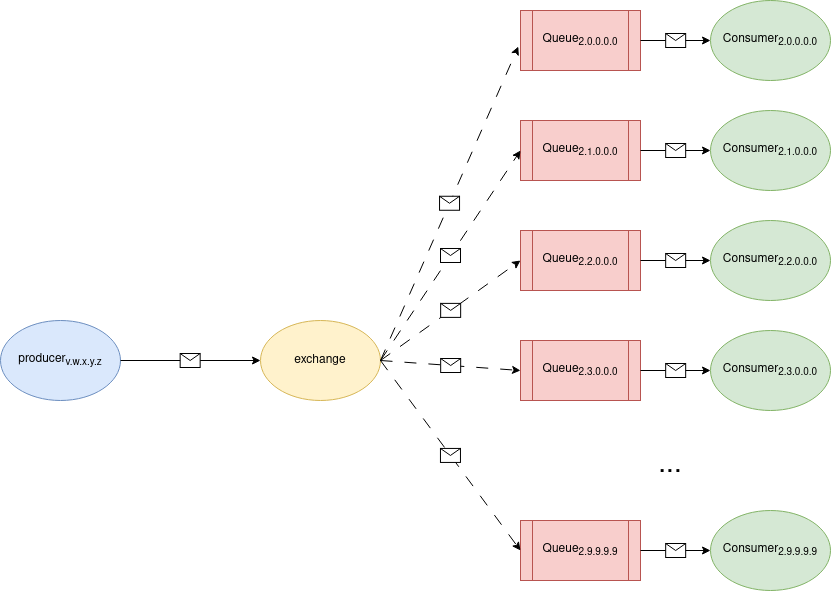
This is resources/topic_diagram.png from danyk20/CMS_DAQ_simulation, a draw.io export, as it was before one commit. Source tidied: cells renumbered, new cells last; positions are measured from the earlier drawing's top-left corner, leaving out a move shared by most shapes. Its diagram source:
```xml
<mxGraphModel>
  <root>
    <mxCell id="0" />
    <mxCell id="1" parent="0" />
    <mxCell id="2" value="producer&lt;sub&gt;v.w.x.y.z&lt;/sub&gt;" style="ellipse;whiteSpace=wrap;html=1;fillColor=#dae8fc;strokeColor=#6c8ebf;" parent="1" vertex="1">
      <mxGeometry y="320" width="120" height="80" as="geometry" />
    </mxCell>
    <mxCell id="3" value="exchange" style="ellipse;whiteSpace=wrap;html=1;fillColor=#fff2cc;strokeColor=#d6b656;" parent="1" vertex="1">
      <mxGeometry x="260" y="320" width="120" height="80" as="geometry" />
    </mxCell>
    <mxCell id="4" value="Consumer&lt;sub&gt;2.0.0.0.0&lt;/sub&gt;" style="ellipse;whiteSpace=wrap;html=1;fillColor=#d5e8d4;strokeColor=#82b366;" parent="1" vertex="1">
      <mxGeometry x="710" width="120" height="80" as="geometry" />
    </mxCell>
    <mxCell id="5" value="Consumer&lt;sub&gt;2.1.0.0.0&lt;/sub&gt;" style="ellipse;whiteSpace=wrap;html=1;fillColor=#d5e8d4;strokeColor=#82b366;" parent="1" vertex="1">
      <mxGeometry x="710" y="110" width="120" height="80" as="geometry" />
    </mxCell>
    <mxCell id="6" value="Consumer&lt;sub&gt;2.2.0.0.0&lt;/sub&gt;" style="ellipse;whiteSpace=wrap;html=1;fillColor=#d5e8d4;strokeColor=#82b366;" parent="1" vertex="1">
      <mxGeometry x="710" y="220" width="120" height="80" as="geometry" />
    </mxCell>
    <mxCell id="7" value="Consumer&lt;sub&gt;2.3.0.0.0&lt;/sub&gt;" style="ellipse;whiteSpace=wrap;html=1;fillColor=#d5e8d4;strokeColor=#82b366;" parent="1" vertex="1">
      <mxGeometry x="710" y="330" width="120" height="80" as="geometry" />
    </mxCell>
    <mxCell id="8" value="Consumer&lt;sub&gt;2.9.9.9.9&lt;/sub&gt;" style="ellipse;whiteSpace=wrap;html=1;fillColor=#d5e8d4;strokeColor=#82b366;" parent="1" vertex="1">
      <mxGeometry x="710" y="510" width="120" height="80" as="geometry" />
    </mxCell>
    <mxCell id="9" value="Queue&lt;sub&gt;2.0.0.0.0&lt;/sub&gt;" style="shape=process;whiteSpace=wrap;html=1;backgroundOutline=1;fillColor=#f8cecc;strokeColor=#b85450;" parent="1" vertex="1">
      <mxGeometry x="520" y="10" width="120" height="60" as="geometry" />
    </mxCell>
    <mxCell id="10" value="Queue&lt;sub&gt;2.1.0.0.0&lt;/sub&gt;" style="shape=process;whiteSpace=wrap;html=1;backgroundOutline=1;fillColor=#f8cecc;strokeColor=#b85450;" parent="1" vertex="1">
      <mxGeometry x="520" y="120" width="120" height="60" as="geometry" />
    </mxCell>
    <mxCell id="11" value="Queue&lt;sub&gt;2.2.0.0.0&lt;/sub&gt;" style="shape=process;whiteSpace=wrap;html=1;backgroundOutline=1;fillColor=#f8cecc;strokeColor=#b85450;" parent="1" vertex="1">
      <mxGeometry x="520" y="230" width="120" height="60" as="geometry" />
    </mxCell>
    <mxCell id="12" value="Queue&lt;sub&gt;2.3.0.0.0&lt;/sub&gt;" style="shape=process;whiteSpace=wrap;html=1;backgroundOutline=1;fillColor=#f8cecc;strokeColor=#b85450;" parent="1" vertex="1">
      <mxGeometry x="520" y="340" width="120" height="60" as="geometry" />
    </mxCell>
    <mxCell id="13" value="Queue&lt;sub&gt;2.9.9.9.9&lt;/sub&gt;" style="shape=process;whiteSpace=wrap;html=1;backgroundOutline=1;fillColor=#f8cecc;strokeColor=#b85450;" parent="1" vertex="1">
      <mxGeometry x="520" y="520" width="120" height="60" as="geometry" />
    </mxCell>
    <mxCell id="14" style="endArrow=classic;html=1;rounded=0;exitX=1;exitY=0.5;exitDx=0;exitDy=0;entryX=0;entryY=0.5;entryDx=0;entryDy=0;" parent="1" edge="1" source="2" target="3">
      <mxGeometry relative="1" as="geometry" />
    </mxCell>
    <mxCell id="15" style="shape=message;html=1;" parent="14" vertex="1">
      <mxGeometry width="20" height="14" relative="1" as="geometry">
        <mxPoint x="-10" y="-7" as="offset" />
      </mxGeometry>
    </mxCell>
    <mxCell id="16" style="endArrow=classic;html=1;rounded=0;exitX=1;exitY=0.5;exitDx=0;exitDy=0;entryX=-0.018;entryY=0.601;entryDx=0;entryDy=0;entryPerimeter=0;dashed=1;dashPattern=12 12;" parent="1" edge="1" source="3" target="9">
      <mxGeometry relative="1" as="geometry" />
    </mxCell>
    <mxCell id="17" style="shape=message;html=1;" parent="16" vertex="1">
      <mxGeometry width="20" height="14" relative="1" as="geometry">
        <mxPoint x="-10" y="-7" as="offset" />
      </mxGeometry>
    </mxCell>
    <mxCell id="18" style="endArrow=classic;html=1;rounded=0;exitX=1;exitY=0.5;exitDx=0;exitDy=0;entryX=0;entryY=0.5;entryDx=0;entryDy=0;dashed=1;dashPattern=12 12;" parent="1" edge="1" source="3" target="10">
      <mxGeometry relative="1" as="geometry" />
    </mxCell>
    <mxCell id="19" style="shape=message;html=1;" parent="18" vertex="1">
      <mxGeometry width="20" height="14" relative="1" as="geometry">
        <mxPoint x="-10" y="-7" as="offset" />
      </mxGeometry>
    </mxCell>
    <mxCell id="20" style="endArrow=classic;html=1;rounded=0;exitX=1;exitY=0.5;exitDx=0;exitDy=0;entryX=0;entryY=0.5;entryDx=0;entryDy=0;dashed=1;dashPattern=12 12;" parent="1" edge="1" source="3" target="11">
      <mxGeometry relative="1" as="geometry" />
    </mxCell>
    <mxCell id="21" style="shape=message;html=1;" parent="20" vertex="1">
      <mxGeometry width="20" height="14" relative="1" as="geometry">
        <mxPoint x="-10" y="-7" as="offset" />
      </mxGeometry>
    </mxCell>
    <mxCell id="22" style="endArrow=classic;html=1;rounded=0;exitX=1;exitY=0.5;exitDx=0;exitDy=0;entryX=0;entryY=0.5;entryDx=0;entryDy=0;dashed=1;dashPattern=12 12;" parent="1" edge="1" source="3" target="12">
      <mxGeometry relative="1" as="geometry" />
    </mxCell>
    <mxCell id="23" style="shape=message;html=1;" parent="22" vertex="1">
      <mxGeometry width="20" height="14" relative="1" as="geometry">
        <mxPoint x="-10" y="-7" as="offset" />
      </mxGeometry>
    </mxCell>
    <mxCell id="24" style="endArrow=classic;html=1;rounded=0;exitX=1;exitY=0.5;exitDx=0;exitDy=0;entryX=0;entryY=0.5;entryDx=0;entryDy=0;dashed=1;dashPattern=12 12;" parent="1" edge="1" source="3" target="13">
      <mxGeometry relative="1" as="geometry" />
    </mxCell>
    <mxCell id="25" style="shape=message;html=1;" parent="24" vertex="1">
      <mxGeometry width="20" height="14" relative="1" as="geometry">
        <mxPoint x="-10" y="-7" as="offset" />
      </mxGeometry>
    </mxCell>
    <mxCell id="26" style="endArrow=classic;html=1;rounded=0;entryX=0;entryY=0.5;entryDx=0;entryDy=0;exitX=1;exitY=0.5;exitDx=0;exitDy=0;" parent="1" edge="1" source="9" target="4">
      <mxGeometry relative="1" as="geometry" />
    </mxCell>
    <mxCell id="27" style="shape=message;html=1;" parent="26" vertex="1">
      <mxGeometry width="20" height="14" relative="1" as="geometry">
        <mxPoint x="-10" y="-7" as="offset" />
      </mxGeometry>
    </mxCell>
    <mxCell id="28" style="endArrow=classic;html=1;rounded=0;entryX=0;entryY=0.5;entryDx=0;entryDy=0;exitX=1;exitY=0.5;exitDx=0;exitDy=0;" parent="1" edge="1" source="10" target="5">
      <mxGeometry relative="1" as="geometry" />
    </mxCell>
    <mxCell id="29" style="shape=message;html=1;" parent="28" vertex="1">
      <mxGeometry width="20" height="14" relative="1" as="geometry">
        <mxPoint x="-10" y="-7" as="offset" />
      </mxGeometry>
    </mxCell>
    <mxCell id="30" style="endArrow=classic;html=1;rounded=0;entryX=0;entryY=0.5;entryDx=0;entryDy=0;exitX=1;exitY=0.5;exitDx=0;exitDy=0;" parent="1" edge="1" source="11" target="6">
      <mxGeometry relative="1" as="geometry" />
    </mxCell>
    <mxCell id="31" style="shape=message;html=1;" parent="30" vertex="1">
      <mxGeometry width="20" height="14" relative="1" as="geometry">
        <mxPoint x="-10" y="-7" as="offset" />
      </mxGeometry>
    </mxCell>
    <mxCell id="32" style="endArrow=classic;html=1;rounded=0;entryX=0;entryY=0.5;entryDx=0;entryDy=0;exitX=1;exitY=0.5;exitDx=0;exitDy=0;" parent="1" edge="1" source="12" target="7">
      <mxGeometry relative="1" as="geometry" />
    </mxCell>
    <mxCell id="33" style="shape=message;html=1;" parent="32" vertex="1">
      <mxGeometry width="20" height="14" relative="1" as="geometry">
        <mxPoint x="-10" y="-7" as="offset" />
      </mxGeometry>
    </mxCell>
    <mxCell id="34" style="endArrow=classic;html=1;rounded=0;entryX=0;entryY=0.5;entryDx=0;entryDy=0;exitX=1;exitY=0.5;exitDx=0;exitDy=0;" parent="1" edge="1" source="13" target="8">
      <mxGeometry relative="1" as="geometry" />
    </mxCell>
    <mxCell id="35" style="shape=message;html=1;" parent="34" vertex="1">
      <mxGeometry width="20" height="14" relative="1" as="geometry">
        <mxPoint x="-10" y="-7" as="offset" />
      </mxGeometry>
    </mxCell>
    <mxCell id="36" value="&lt;font style=&quot;font-size: 28px;&quot;&gt;...&lt;/font&gt;" style="text;html=1;strokeColor=none;fillColor=none;align=center;verticalAlign=middle;whiteSpace=wrap;rounded=0;" parent="1" vertex="1">
      <mxGeometry x="640" y="450" width="60" height="30" as="geometry" />
    </mxCell>
  </root>
</mxGraphModel>
```
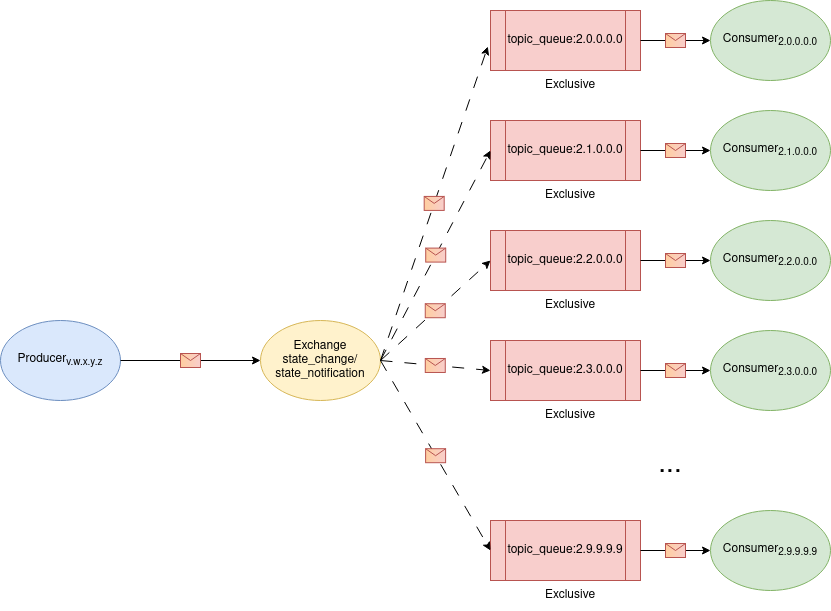
The same diagram one commit later.

Commit message:
docs: update diagrams to reflect current state

The edit, as a diff of the source:
```diff
@@ -2,10 +2,10 @@
   <root>
     <mxCell id="0" />
     <mxCell id="1" parent="0" />
-    <mxCell id="2" value="producer&lt;sub&gt;v.w.x.y.z&lt;/sub&gt;" style="ellipse;whiteSpace=wrap;html=1;fillColor=#dae8fc;strokeColor=#6c8ebf;" parent="1" vertex="1">
+    <mxCell id="2" value="Producer&lt;sub&gt;v.w.x.y.z&lt;/sub&gt;" style="ellipse;whiteSpace=wrap;html=1;fillColor=#dae8fc;strokeColor=#6c8ebf;" parent="1" vertex="1">
       <mxGeometry y="320" width="120" height="80" as="geometry" />
     </mxCell>
-    <mxCell id="3" value="exchange" style="ellipse;whiteSpace=wrap;html=1;fillColor=#fff2cc;strokeColor=#d6b656;" parent="1" vertex="1">
+    <mxCell id="3" value="Exchange&lt;br&gt;&lt;div&gt;state_change/&lt;/div&gt;&lt;div&gt;state_notification&lt;br&gt;&lt;/div&gt;" style="ellipse;whiteSpace=wrap;html=1;fillColor=#fff2cc;strokeColor=#d6b656;" parent="1" vertex="1">
       <mxGeometry x="260" y="320" width="120" height="80" as="geometry" />
     </mxCell>
     <mxCell id="4" value="Consumer&lt;sub&gt;2.0.0.0.0&lt;/sub&gt;" style="ellipse;whiteSpace=wrap;html=1;fillColor=#d5e8d4;strokeColor=#82b366;" parent="1" vertex="1">
@@ -23,25 +23,25 @@
     <mxCell id="8" value="Consumer&lt;sub&gt;2.9.9.9.9&lt;/sub&gt;" style="ellipse;whiteSpace=wrap;html=1;fillColor=#d5e8d4;strokeColor=#82b366;" parent="1" vertex="1">
       <mxGeometry x="710" y="510" width="120" height="80" as="geometry" />
     </mxCell>
-    <mxCell id="9" value="Queue&lt;sub&gt;2.0.0.0.0&lt;/sub&gt;" style="shape=process;whiteSpace=wrap;html=1;backgroundOutline=1;fillColor=#f8cecc;strokeColor=#b85450;" parent="1" vertex="1">
-      <mxGeometry x="520" y="10" width="120" height="60" as="geometry" />
+    <mxCell id="9" value="topic_queue:2.0.0.0.0" style="shape=process;whiteSpace=wrap;html=1;backgroundOutline=1;fillColor=#f8cecc;strokeColor=#b85450;" parent="1" vertex="1">
+      <mxGeometry x="490" y="10" width="150" height="60" as="geometry" />
     </mxCell>
-    <mxCell id="10" value="Queue&lt;sub&gt;2.1.0.0.0&lt;/sub&gt;" style="shape=process;whiteSpace=wrap;html=1;backgroundOutline=1;fillColor=#f8cecc;strokeColor=#b85450;" parent="1" vertex="1">
-      <mxGeometry x="520" y="120" width="120" height="60" as="geometry" />
+    <mxCell id="10" value="topic_queue:2.1.0.0.0" style="shape=process;whiteSpace=wrap;html=1;backgroundOutline=1;fillColor=#f8cecc;strokeColor=#b85450;" parent="1" vertex="1">
+      <mxGeometry x="490" y="120" width="150" height="60" as="geometry" />
     </mxCell>
-    <mxCell id="11" value="Queue&lt;sub&gt;2.2.0.0.0&lt;/sub&gt;" style="shape=process;whiteSpace=wrap;html=1;backgroundOutline=1;fillColor=#f8cecc;strokeColor=#b85450;" parent="1" vertex="1">
-      <mxGeometry x="520" y="230" width="120" height="60" as="geometry" />
+    <mxCell id="11" value="topic_queue:2.2.0.0.0" style="shape=process;whiteSpace=wrap;html=1;backgroundOutline=1;fillColor=#f8cecc;strokeColor=#b85450;" parent="1" vertex="1">
+      <mxGeometry x="490" y="230" width="150" height="60" as="geometry" />
     </mxCell>
-    <mxCell id="12" value="Queue&lt;sub&gt;2.3.0.0.0&lt;/sub&gt;" style="shape=process;whiteSpace=wrap;html=1;backgroundOutline=1;fillColor=#f8cecc;strokeColor=#b85450;" parent="1" vertex="1">
-      <mxGeometry x="520" y="340" width="120" height="60" as="geometry" />
+    <mxCell id="12" value="topic_queue:2.3.0.0.0" style="shape=process;whiteSpace=wrap;html=1;backgroundOutline=1;fillColor=#f8cecc;strokeColor=#b85450;" parent="1" vertex="1">
+      <mxGeometry x="490" y="340" width="150" height="60" as="geometry" />
     </mxCell>
-    <mxCell id="13" value="Queue&lt;sub&gt;2.9.9.9.9&lt;/sub&gt;" style="shape=process;whiteSpace=wrap;html=1;backgroundOutline=1;fillColor=#f8cecc;strokeColor=#b85450;" parent="1" vertex="1">
-      <mxGeometry x="520" y="520" width="120" height="60" as="geometry" />
+    <mxCell id="13" value="topic_queue:2.9.9.9.9" style="shape=process;whiteSpace=wrap;html=1;backgroundOutline=1;fillColor=#f8cecc;strokeColor=#b85450;" parent="1" vertex="1">
+      <mxGeometry x="490" y="520" width="150" height="60" as="geometry" />
     </mxCell>
     <mxCell id="14" style="endArrow=classic;html=1;rounded=0;exitX=1;exitY=0.5;exitDx=0;exitDy=0;entryX=0;entryY=0.5;entryDx=0;entryDy=0;" parent="1" edge="1" source="2" target="3">
       <mxGeometry relative="1" as="geometry" />
     </mxCell>
-    <mxCell id="15" style="shape=message;html=1;" parent="14" vertex="1">
+    <mxCell id="15" style="shape=message;html=1;fillColor=#f8cecc;strokeColor=#b85450;gradientDirection=west;gradientColor=#FFCE9F;" parent="14" vertex="1">
       <mxGeometry width="20" height="14" relative="1" as="geometry">
         <mxPoint x="-10" y="-7" as="offset" />
       </mxGeometry>
@@ -49,7 +49,7 @@
     <mxCell id="16" style="endArrow=classic;html=1;rounded=0;exitX=1;exitY=0.5;exitDx=0;exitDy=0;entryX=-0.018;entryY=0.601;entryDx=0;entryDy=0;entryPerimeter=0;dashed=1;dashPattern=12 12;" parent="1" edge="1" source="3" target="9">
       <mxGeometry relative="1" as="geometry" />
     </mxCell>
-    <mxCell id="17" style="shape=message;html=1;" parent="16" vertex="1">
+    <mxCell id="17" style="shape=message;html=1;fillColor=#f8cecc;strokeColor=#b85450;gradientColor=#FFCE9F;gradientDirection=west;" parent="16" vertex="1">
       <mxGeometry width="20" height="14" relative="1" as="geometry">
         <mxPoint x="-10" y="-7" as="offset" />
       </mxGeometry>
@@ -57,7 +57,7 @@
     <mxCell id="18" style="endArrow=classic;html=1;rounded=0;exitX=1;exitY=0.5;exitDx=0;exitDy=0;entryX=0;entryY=0.5;entryDx=0;entryDy=0;dashed=1;dashPattern=12 12;" parent="1" edge="1" source="3" target="10">
       <mxGeometry relative="1" as="geometry" />
     </mxCell>
-    <mxCell id="19" style="shape=message;html=1;" parent="18" vertex="1">
+    <mxCell id="19" style="shape=message;html=1;fillColor=#f8cecc;strokeColor=#b85450;gradientColor=#FFCE9F;gradientDirection=west;" parent="18" vertex="1">
       <mxGeometry width="20" height="14" relative="1" as="geometry">
         <mxPoint x="-10" y="-7" as="offset" />
       </mxGeometry>
@@ -65,7 +65,7 @@
     <mxCell id="20" style="endArrow=classic;html=1;rounded=0;exitX=1;exitY=0.5;exitDx=0;exitDy=0;entryX=0;entryY=0.5;entryDx=0;entryDy=0;dashed=1;dashPattern=12 12;" parent="1" edge="1" source="3" target="11">
       <mxGeometry relative="1" as="geometry" />
     </mxCell>
-    <mxCell id="21" style="shape=message;html=1;" parent="20" vertex="1">
+    <mxCell id="21" style="shape=message;html=1;fillColor=#f8cecc;strokeColor=#b85450;gradientColor=#FFCE9F;gradientDirection=west;" parent="20" vertex="1">
       <mxGeometry width="20" height="14" relative="1" as="geometry">
         <mxPoint x="-10" y="-7" as="offset" />
       </mxGeometry>
@@ -73,7 +73,7 @@
     <mxCell id="22" style="endArrow=classic;html=1;rounded=0;exitX=1;exitY=0.5;exitDx=0;exitDy=0;entryX=0;entryY=0.5;entryDx=0;entryDy=0;dashed=1;dashPattern=12 12;" parent="1" edge="1" source="3" target="12">
       <mxGeometry relative="1" as="geometry" />
     </mxCell>
-    <mxCell id="23" style="shape=message;html=1;" parent="22" vertex="1">
+    <mxCell id="23" style="shape=message;html=1;fillColor=#f8cecc;strokeColor=#b85450;gradientColor=#FFCE9F;gradientDirection=west;" parent="22" vertex="1">
       <mxGeometry width="20" height="14" relative="1" as="geometry">
         <mxPoint x="-10" y="-7" as="offset" />
       </mxGeometry>
@@ -81,7 +81,7 @@
     <mxCell id="24" style="endArrow=classic;html=1;rounded=0;exitX=1;exitY=0.5;exitDx=0;exitDy=0;entryX=0;entryY=0.5;entryDx=0;entryDy=0;dashed=1;dashPattern=12 12;" parent="1" edge="1" source="3" target="13">
       <mxGeometry relative="1" as="geometry" />
     </mxCell>
-    <mxCell id="25" style="shape=message;html=1;" parent="24" vertex="1">
+    <mxCell id="25" style="shape=message;html=1;fillColor=#f8cecc;strokeColor=#b85450;gradientColor=#FFCE9F;gradientDirection=west;" parent="24" vertex="1">
       <mxGeometry width="20" height="14" relative="1" as="geometry">
         <mxPoint x="-10" y="-7" as="offset" />
       </mxGeometry>
@@ -89,7 +89,7 @@
     <mxCell id="26" style="endArrow=classic;html=1;rounded=0;entryX=0;entryY=0.5;entryDx=0;entryDy=0;exitX=1;exitY=0.5;exitDx=0;exitDy=0;" parent="1" edge="1" source="9" target="4">
       <mxGeometry relative="1" as="geometry" />
     </mxCell>
-    <mxCell id="27" style="shape=message;html=1;" parent="26" vertex="1">
+    <mxCell id="27" style="shape=message;html=1;fillColor=#f8cecc;strokeColor=#b85450;gradientColor=#FFCE9F;gradientDirection=west;" parent="26" vertex="1">
       <mxGeometry width="20" height="14" relative="1" as="geometry">
         <mxPoint x="-10" y="-7" as="offset" />
       </mxGeometry>
@@ -97,7 +97,7 @@
     <mxCell id="28" style="endArrow=classic;html=1;rounded=0;entryX=0;entryY=0.5;entryDx=0;entryDy=0;exitX=1;exitY=0.5;exitDx=0;exitDy=0;" parent="1" edge="1" source="10" target="5">
       <mxGeometry relative="1" as="geometry" />
     </mxCell>
-    <mxCell id="29" style="shape=message;html=1;" parent="28" vertex="1">
+    <mxCell id="29" style="shape=message;html=1;fillColor=#f8cecc;strokeColor=#b85450;gradientColor=#FFCE9F;gradientDirection=west;" parent="28" vertex="1">
       <mxGeometry width="20" height="14" relative="1" as="geometry">
         <mxPoint x="-10" y="-7" as="offset" />
       </mxGeometry>
@@ -105,7 +105,7 @@
     <mxCell id="30" style="endArrow=classic;html=1;rounded=0;entryX=0;entryY=0.5;entryDx=0;entryDy=0;exitX=1;exitY=0.5;exitDx=0;exitDy=0;" parent="1" edge="1" source="11" target="6">
       <mxGeometry relative="1" as="geometry" />
     </mxCell>
-    <mxCell id="31" style="shape=message;html=1;" parent="30" vertex="1">
+    <mxCell id="31" style="shape=message;html=1;fillColor=#f8cecc;strokeColor=#b85450;gradientColor=#FFCE9F;gradientDirection=west;" parent="30" vertex="1">
       <mxGeometry width="20" height="14" relative="1" as="geometry">
         <mxPoint x="-10" y="-7" as="offset" />
       </mxGeometry>
@@ -113,7 +113,7 @@
     <mxCell id="32" style="endArrow=classic;html=1;rounded=0;entryX=0;entryY=0.5;entryDx=0;entryDy=0;exitX=1;exitY=0.5;exitDx=0;exitDy=0;" parent="1" edge="1" source="12" target="7">
       <mxGeometry relative="1" as="geometry" />
     </mxCell>
-    <mxCell id="33" style="shape=message;html=1;" parent="32" vertex="1">
+    <mxCell id="33" style="shape=message;html=1;fillColor=#f8cecc;strokeColor=#b85450;gradientColor=#FFCE9F;gradientDirection=west;" parent="32" vertex="1">
       <mxGeometry width="20" height="14" relative="1" as="geometry">
         <mxPoint x="-10" y="-7" as="offset" />
       </mxGeometry>
@@ -121,7 +121,7 @@
     <mxCell id="34" style="endArrow=classic;html=1;rounded=0;entryX=0;entryY=0.5;entryDx=0;entryDy=0;exitX=1;exitY=0.5;exitDx=0;exitDy=0;" parent="1" edge="1" source="13" target="8">
       <mxGeometry relative="1" as="geometry" />
     </mxCell>
-    <mxCell id="35" style="shape=message;html=1;" parent="34" vertex="1">
+    <mxCell id="35" style="shape=message;html=1;fillColor=#f8cecc;strokeColor=#b85450;gradientColor=#FFCE9F;gradientDirection=west;" parent="34" vertex="1">
       <mxGeometry width="20" height="14" relative="1" as="geometry">
         <mxPoint x="-10" y="-7" as="offset" />
       </mxGeometry>
@@ -129,5 +129,20 @@
     <mxCell id="36" value="&lt;font style=&quot;font-size: 28px;&quot;&gt;...&lt;/font&gt;" style="text;html=1;strokeColor=none;fillColor=none;align=center;verticalAlign=middle;whiteSpace=wrap;rounded=0;" parent="1" vertex="1">
       <mxGeometry x="640" y="450" width="60" height="30" as="geometry" />
     </mxCell>
+    <mxCell id="37" value="&lt;div&gt;Exclusive&lt;/div&gt;" style="text;html=1;strokeColor=none;fillColor=none;align=center;verticalAlign=middle;whiteSpace=wrap;rounded=0;" parent="1" vertex="1">
+      <mxGeometry x="540" y="70" width="60" height="30" as="geometry" />
+    </mxCell>
+    <mxCell id="38" value="&lt;div&gt;Exclusive&lt;/div&gt;" style="text;html=1;strokeColor=none;fillColor=none;align=center;verticalAlign=middle;whiteSpace=wrap;rounded=0;" parent="1" vertex="1">
+      <mxGeometry x="540" y="180" width="60" height="30" as="geometry" />
+    </mxCell>
+    <mxCell id="39" value="&lt;div&gt;Exclusive&lt;/div&gt;" style="text;html=1;strokeColor=none;fillColor=none;align=center;verticalAlign=middle;whiteSpace=wrap;rounded=0;" parent="1" vertex="1">
+      <mxGeometry x="540" y="290" width="60" height="30" as="geometry" />
+    </mxCell>
+    <mxCell id="40" value="&lt;div&gt;Exclusive&lt;/div&gt;" style="text;html=1;strokeColor=none;fillColor=none;align=center;verticalAlign=middle;whiteSpace=wrap;rounded=0;" parent="1" vertex="1">
+      <mxGeometry x="540" y="400" width="60" height="30" as="geometry" />
+    </mxCell>
+    <mxCell id="41" value="&lt;div&gt;Exclusive&lt;/div&gt;" style="text;html=1;strokeColor=none;fillColor=none;align=center;verticalAlign=middle;whiteSpace=wrap;rounded=0;" parent="1" vertex="1">
+      <mxGeometry x="540" y="580" width="60" height="30" as="geometry" />
+    </mxCell>
   </root>
 </mxGraphModel>
```
